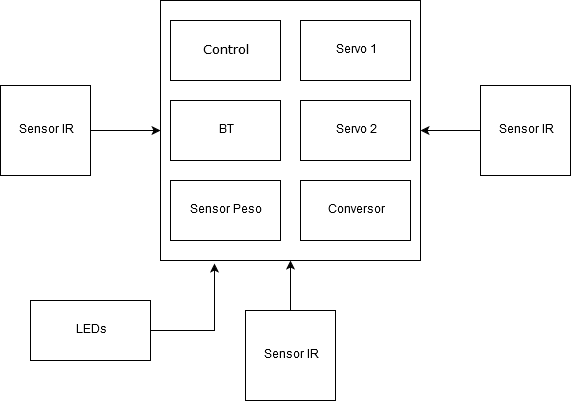
Above: DiagramaFisico.png in OriaJoaquin/X3 (draw.io), before the change. Source tidied: cells renumbered, new cells last; positions are measured from the earlier drawing's top-left corner, leaving out a move shared by most shapes. Its diagram source:
```xml
<mxGraphModel>
  <root>
    <mxCell id="0" />
    <mxCell id="1" parent="0" />
    <mxCell id="2" style="whiteSpace=wrap;html=1;imageAspect=1;" parent="1" vertex="1">
      <mxGeometry x="160" width="260" height="260" as="geometry" />
    </mxCell>
    <mxCell id="3" style="edgeStyle=orthogonalEdgeStyle;rounded=0;jettySize=auto;html=1;entryX=1;entryY=0.5;entryDx=0;entryDy=0;" parent="1" edge="1" source="4" target="2">
      <mxGeometry relative="1" as="geometry" />
    </mxCell>
    <mxCell id="4" value="Sensor IR" style="whiteSpace=wrap;html=1;imageAspect=0;" parent="1" vertex="1">
      <mxGeometry x="480" y="85" width="90" height="90" as="geometry" />
    </mxCell>
    <mxCell id="5" style="rounded=0;whiteSpace=wrap;html=1;" parent="1" vertex="1">
      <mxGeometry x="170" y="20" width="110" height="60" as="geometry" />
    </mxCell>
    <mxCell id="6" style="rounded=0;whiteSpace=wrap;html=1;" parent="1" vertex="1">
      <mxGeometry x="300" y="20" width="110" height="60" as="geometry" />
    </mxCell>
    <mxCell id="7" style="rounded=0;whiteSpace=wrap;html=1;" parent="1" vertex="1">
      <mxGeometry x="170" y="100" width="110" height="60" as="geometry" />
    </mxCell>
    <mxCell id="8" value="Servo 2" style="rounded=0;whiteSpace=wrap;html=1;" parent="1" vertex="1">
      <mxGeometry x="300" y="100" width="110" height="60" as="geometry" />
    </mxCell>
    <mxCell id="9" style="rounded=0;whiteSpace=wrap;html=1;" parent="1" vertex="1">
      <mxGeometry x="170" y="180" width="110" height="60" as="geometry" />
    </mxCell>
    <mxCell id="10" value="Conversor" style="rounded=0;whiteSpace=wrap;html=1;" parent="1" vertex="1">
      <mxGeometry x="300" y="180" width="110" height="60" as="geometry" />
    </mxCell>
    <mxCell id="11" value="&lt;font face=&quot;Verdana&quot;&gt;Control&lt;/font&gt;" style="text;html=1;strokeColor=none;fillColor=none;align=center;verticalAlign=middle;whiteSpace=wrap;rounded=0;" parent="1" vertex="1">
      <mxGeometry x="180" y="30" width="90" height="40" as="geometry" />
    </mxCell>
    <mxCell id="12" value="BT" style="text;html=1;strokeColor=none;fillColor=none;align=center;verticalAlign=middle;whiteSpace=wrap;rounded=0;" parent="1" vertex="1">
      <mxGeometry x="180" y="110" width="90" height="40" as="geometry" />
    </mxCell>
    <mxCell id="13" value="Sensor Peso" style="text;html=1;strokeColor=none;fillColor=none;align=center;verticalAlign=middle;whiteSpace=wrap;rounded=0;" parent="1" vertex="1">
      <mxGeometry x="180" y="190" width="90" height="40" as="geometry" />
    </mxCell>
    <mxCell id="14" value="Servo 1" style="text;html=1;strokeColor=none;fillColor=none;align=center;verticalAlign=middle;whiteSpace=wrap;rounded=0;" parent="1" vertex="1">
      <mxGeometry x="310" y="30" width="90" height="40" as="geometry" />
    </mxCell>
    <mxCell id="15" style="edgeStyle=orthogonalEdgeStyle;rounded=0;jettySize=auto;html=1;entryX=0;entryY=0.5;entryDx=0;entryDy=0;" parent="1" edge="1" source="16" target="2">
      <mxGeometry relative="1" as="geometry" />
    </mxCell>
    <mxCell id="16" value="Sensor IR" style="whiteSpace=wrap;html=1;imageAspect=0;" parent="1" vertex="1">
      <mxGeometry y="85" width="90" height="90" as="geometry" />
    </mxCell>
    <mxCell id="17" style="edgeStyle=orthogonalEdgeStyle;rounded=0;jettySize=auto;html=1;entryX=0.5;entryY=1;entryDx=0;entryDy=0;" parent="1" edge="1" source="18" target="2">
      <mxGeometry relative="1" as="geometry" />
    </mxCell>
    <mxCell id="18" value="Sensor IR" style="whiteSpace=wrap;html=1;imageAspect=0;" parent="1" vertex="1">
      <mxGeometry x="245" y="310" width="90" height="90" as="geometry" />
    </mxCell>
    <mxCell id="19" style="edgeStyle=orthogonalEdgeStyle;rounded=0;jettySize=auto;html=1;entryX=0.208;entryY=1.012;entryDx=0;entryDy=0;entryPerimeter=0;" parent="1" edge="1" source="20" target="2">
      <mxGeometry relative="1" as="geometry" />
    </mxCell>
    <mxCell id="20" value="LEDs" style="rounded=0;whiteSpace=wrap;html=1;" parent="1" vertex="1">
      <mxGeometry x="30" y="300" width="120" height="60" as="geometry" />
    </mxCell>
  </root>
</mxGraphModel>
```
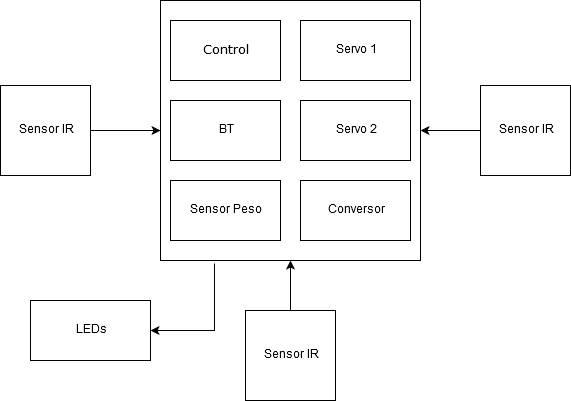
Above is the later version.

Diff of the diagram source:
```diff
@@ -53,7 +53,7 @@
     <mxCell id="18" value="Sensor IR" style="whiteSpace=wrap;html=1;imageAspect=0;" parent="1" vertex="1">
       <mxGeometry x="245" y="310" width="90" height="90" as="geometry" />
     </mxCell>
-    <mxCell id="19" style="edgeStyle=orthogonalEdgeStyle;rounded=0;jettySize=auto;html=1;entryX=0.208;entryY=1.012;entryDx=0;entryDy=0;entryPerimeter=0;" parent="1" edge="1" source="20" target="2">
+    <mxCell id="19" style="edgeStyle=orthogonalEdgeStyle;rounded=0;jettySize=auto;html=1;entryX=0.208;entryY=1.012;entryDx=0;entryDy=0;entryPerimeter=0;endArrow=none;endFill=0;startArrow=classic;startFill=1;" parent="1" edge="1" source="20" target="2">
       <mxGeometry relative="1" as="geometry" />
     </mxCell>
     <mxCell id="20" value="LEDs" style="rounded=0;whiteSpace=wrap;html=1;" parent="1" vertex="1">
```
